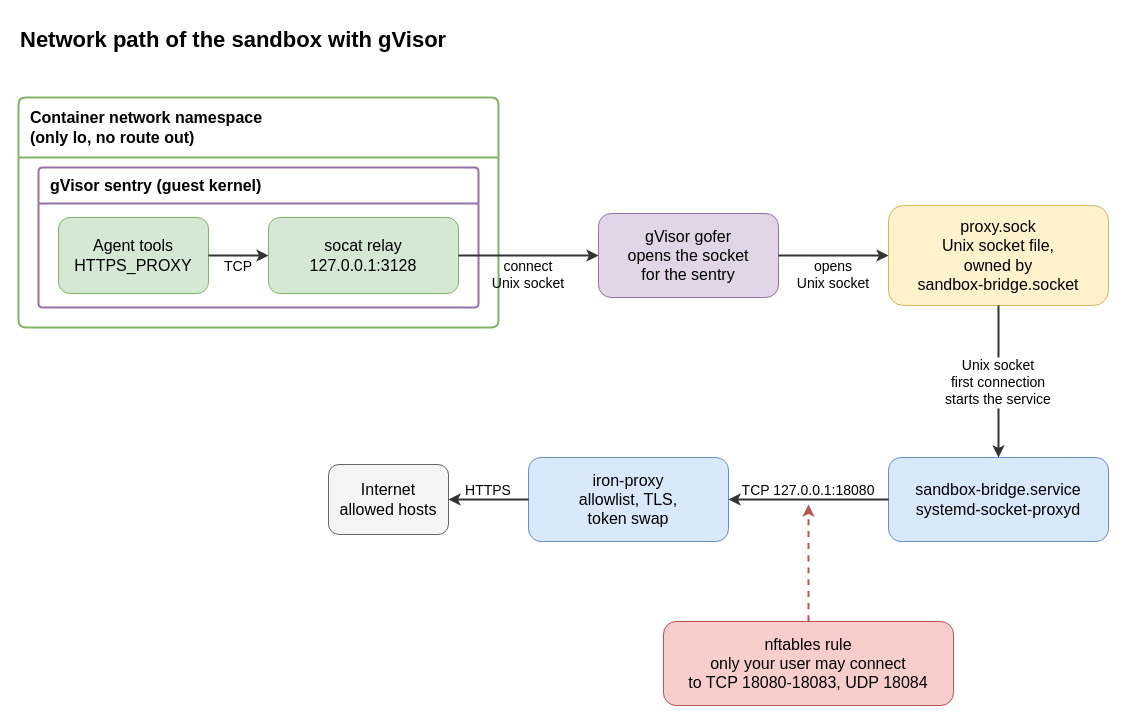
Earlier version of the draw.io diagram .sandbox/docs/diagrams/sandbox-network.drawio (raghav19/engineersdaybook). Source tidied: cells renumbered, new cells numbered last; positions are measured from the earlier drawing's top-left corner, leaving out a move shared by most shapes. Both pictures are drawn from the tidied source at 100%, with x=0, y=0 at pixel (18, 17).
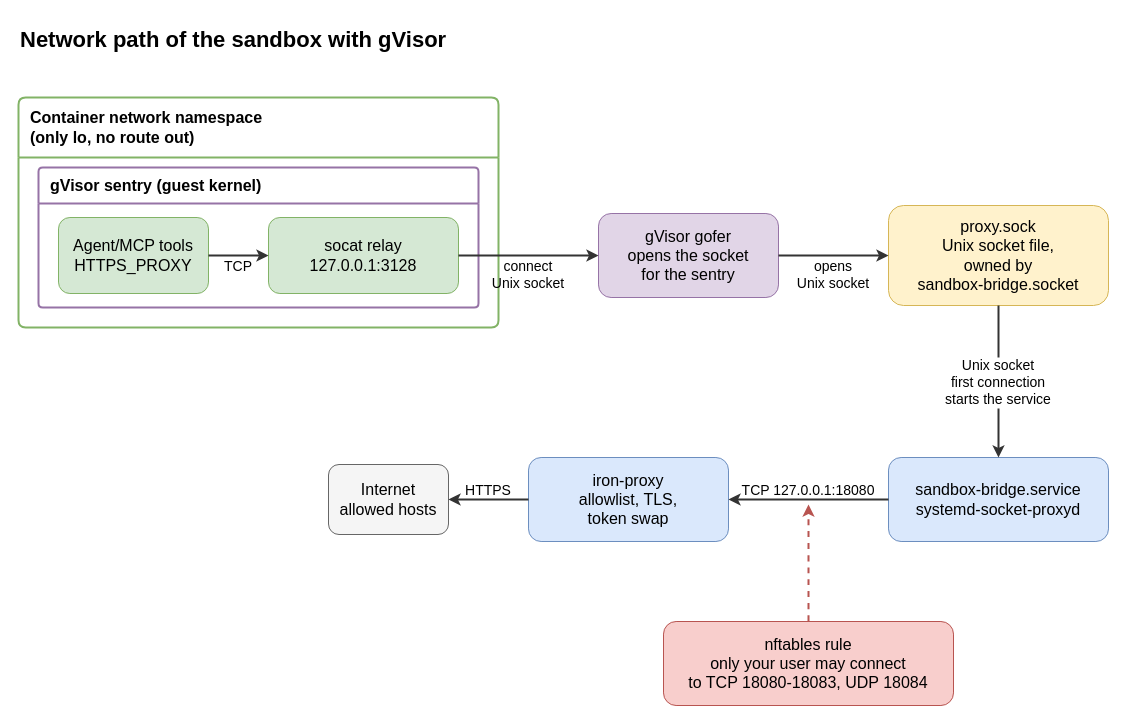
Above is the later version.

Commit message (it also covers changes not shown here):
sandbox: fix the GitHub MCP header of Claude Code and label the tools box

The edit, as a diff of the source:
```diff
@@
-    <mxCell id="5" value="Agent tools&#10;HTTPS_PROXY" style="rounded=1;whiteSpace=wrap;html=0;fontSize=16;fillColor=#d5e8d4;strokeColor=#82b366;" parent="1" vertex="1">
+    <mxCell id="5" value="Agent/MCP tools&#10;HTTPS_PROXY" style="rounded=1;whiteSpace=wrap;html=0;fontSize=16;fillColor=#d5e8d4;strokeColor=#82b366;" parent="1" vertex="1">
       <mxGeometry x="40" y="200" width="150" height="76" as="geometry" />
     </mxCell>
```
